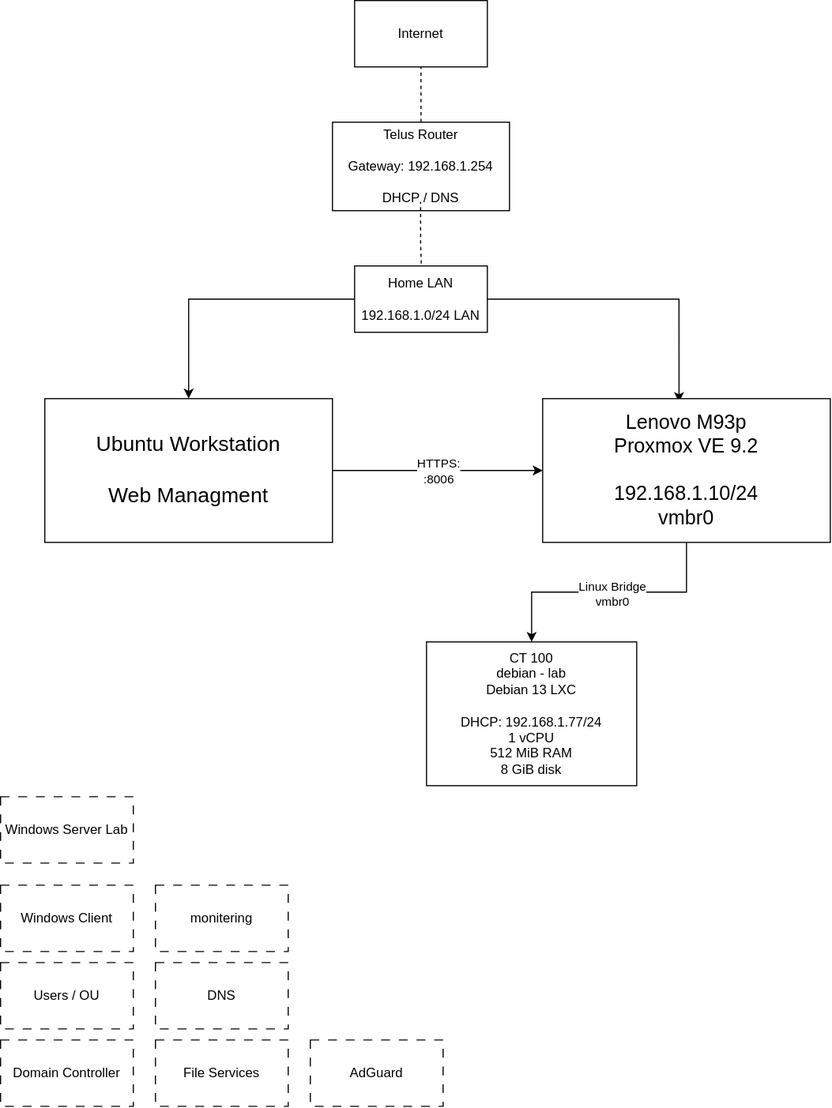
This is Home-Server-Lab/diagram/Network Diagram.drawio.svg from peterdittmann/IT-Portfolio, a draw.io export, as it was before one commit. Source tidied: cells renumbered, new cells last; positions are measured from the earlier drawing's top-left corner, leaving out a move shared by most shapes.
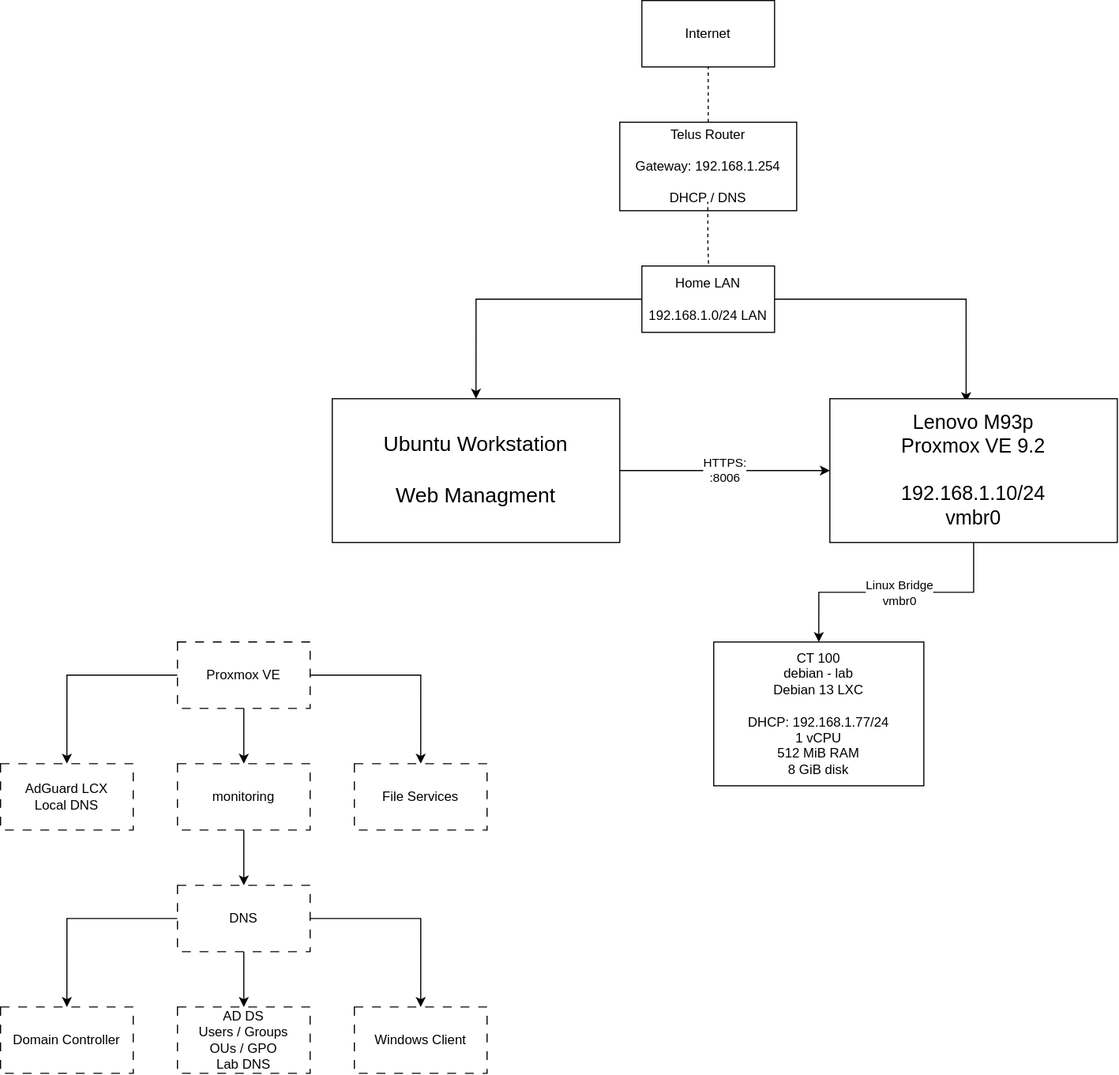
After the commit.

The edit, as a diff of the source:
```diff
@@ -26,29 +26,50 @@
     <mxCell id="9" value="&lt;div&gt;&lt;font style=&quot;font-size: 18px;&quot;&gt;Lenovo M93p&lt;/font&gt;&lt;/div&gt;&lt;div&gt;&lt;font style=&quot;font-size: 18px;&quot;&gt;Proxmox VE 9.2&lt;/font&gt;&lt;/div&gt;&lt;div&gt;&lt;font style=&quot;font-size: 18px;&quot;&gt;&lt;br&gt;&lt;/font&gt;&lt;/div&gt;&lt;div&gt;&lt;font style=&quot;font-size: 18px;&quot;&gt;192.168.1.10/24&lt;/font&gt;&lt;/div&gt;&lt;div&gt;&lt;font style=&quot;font-size: 18px;&quot;&gt;vmbr0&lt;/font&gt;&lt;/div&gt;" style="rounded=0;whiteSpace=wrap;html=1;" parent="1" vertex="1">
       <mxGeometry x="490" y="360" width="260" height="130" as="geometry" />
     </mxCell>
-    <mxCell id="10" value="AdGuard" style="rounded=0;whiteSpace=wrap;html=1;dashed=1;dashPattern=8 8;" parent="1" vertex="1">
-      <mxGeometry x="280" y="940" width="120" height="60" as="geometry" />
+    <mxCell id="10" value="AdGuard LCX&lt;div&gt;Local DNS&lt;/div&gt;" style="rounded=0;whiteSpace=wrap;html=1;dashed=1;dashPattern=8 8;" parent="1" vertex="1">
+      <mxGeometry x="-260" y="690" width="120" height="60" as="geometry" />
     </mxCell>
+    <mxCell id="24" style="edgeStyle=orthogonalEdgeStyle;rounded=0;jettySize=auto;html=1;entryX=0.5;entryY=0;entryDx=0;entryDy=0;" parent="1" edge="1" source="11" target="15">
+      <mxGeometry relative="1" as="geometry" />
+    </mxCell>
-    <mxCell id="11" value="monitering" style="rounded=0;whiteSpace=wrap;html=1;dashed=1;dashPattern=8 8;" parent="1" vertex="1">
-      <mxGeometry x="140" y="800" width="120" height="60" as="geometry" />
+    <mxCell id="11" value="monitoring" style="rounded=0;whiteSpace=wrap;html=1;dashed=1;dashPattern=8 8;" parent="1" vertex="1">
+      <mxGeometry x="-100" y="690" width="120" height="60" as="geometry" />
     </mxCell>
+    <mxCell id="25" style="edgeStyle=orthogonalEdgeStyle;rounded=0;jettySize=auto;html=1;entryX=0.5;entryY=0;entryDx=0;entryDy=0;" parent="1" edge="1" source="12" target="11">
+      <mxGeometry relative="1" as="geometry" />
+    </mxCell>
+    <mxCell id="26" style="edgeStyle=orthogonalEdgeStyle;rounded=0;jettySize=auto;html=1;entryX=0.5;entryY=0;entryDx=0;entryDy=0;" parent="1" edge="1" source="12" target="13">
+      <mxGeometry relative="1" as="geometry" />
+    </mxCell>
+    <mxCell id="27" style="edgeStyle=orthogonalEdgeStyle;rounded=0;jettySize=auto;html=1;entryX=0.5;entryY=0;entryDx=0;entryDy=0;" parent="1" edge="1" source="12" target="10">
+      <mxGeometry relative="1" as="geometry" />
+    </mxCell>
-    <mxCell id="12" value="Windows Server Lab" style="rounded=0;whiteSpace=wrap;html=1;dashed=1;dashPattern=8 8;" parent="1" vertex="1">
-      <mxGeometry y="720" width="120" height="60" as="geometry" />
+    <mxCell id="12" value="Proxmox VE" style="rounded=0;whiteSpace=wrap;html=1;dashed=1;dashPattern=8 8;" parent="1" vertex="1">
+      <mxGeometry x="-100" y="580" width="120" height="60" as="geometry" />
     </mxCell>
     <mxCell id="13" value="File Services" style="rounded=0;whiteSpace=wrap;html=1;dashed=1;dashPattern=8 8;" parent="1" vertex="1">
-      <mxGeometry x="140" y="940" width="120" height="60" as="geometry" />
+      <mxGeometry x="60" y="690" width="120" height="60" as="geometry" />
     </mxCell>
     <mxCell id="14" value="Domain Controller" style="rounded=0;whiteSpace=wrap;html=1;dashed=1;dashPattern=8 8;" parent="1" vertex="1">
-      <mxGeometry y="940" width="120" height="60" as="geometry" />
+      <mxGeometry x="-260" y="910" width="120" height="60" as="geometry" />
     </mxCell>
+    <mxCell id="28" style="edgeStyle=orthogonalEdgeStyle;rounded=0;jettySize=auto;html=1;entryX=0.5;entryY=0;entryDx=0;entryDy=0;" parent="1" edge="1" source="15" target="16">
+      <mxGeometry relative="1" as="geometry" />
+    </mxCell>
+    <mxCell id="29" style="edgeStyle=orthogonalEdgeStyle;rounded=0;jettySize=auto;html=1;entryX=0.5;entryY=0;entryDx=0;entryDy=0;" parent="1" edge="1" source="15" target="14">
+      <mxGeometry relative="1" as="geometry" />
+    </mxCell>
+    <mxCell id="30" style="edgeStyle=orthogonalEdgeStyle;rounded=0;jettySize=auto;html=1;entryX=0.5;entryY=0;entryDx=0;entryDy=0;" parent="1" edge="1" source="15" target="17">
+      <mxGeometry relative="1" as="geometry" />
+    </mxCell>
     <mxCell id="15" value="DNS" style="rounded=0;whiteSpace=wrap;html=1;dashed=1;dashPattern=8 8;" parent="1" vertex="1">
-      <mxGeometry x="140" y="870" width="120" height="60" as="geometry" />
+      <mxGeometry x="-100" y="800" width="120" height="60" as="geometry" />
     </mxCell>
-    <mxCell id="16" value="Users / OU" style="rounded=0;whiteSpace=wrap;html=1;dashed=1;dashPattern=8 8;" parent="1" vertex="1">
-      <mxGeometry y="870" width="120" height="60" as="geometry" />
+    <mxCell id="16" value="AD DS&lt;div&gt;Users / Groups&lt;/div&gt;&lt;div&gt;OUs / GPO&lt;/div&gt;&lt;div&gt;Lab DNS&lt;/div&gt;" style="rounded=0;whiteSpace=wrap;html=1;dashed=1;dashPattern=8 8;" parent="1" vertex="1">
+      <mxGeometry x="-100" y="910" width="120" height="60" as="geometry" />
     </mxCell>
     <mxCell id="17" value="Windows Client" style="rounded=0;whiteSpace=wrap;html=1;dashed=1;dashPattern=8 8;" parent="1" vertex="1">
-      <mxGeometry y="800" width="120" height="60" as="geometry" />
+      <mxGeometry x="60" y="910" width="120" height="60" as="geometry" />
     </mxCell>
     <mxCell id="18" style="endArrow=none;dashed=1;html=1;rounded=0;exitX=0.5;exitY=0;exitDx=0;exitDy=0;" parent="1" edge="1" source="3">
       <mxGeometry relative="1" as="geometry">
```
